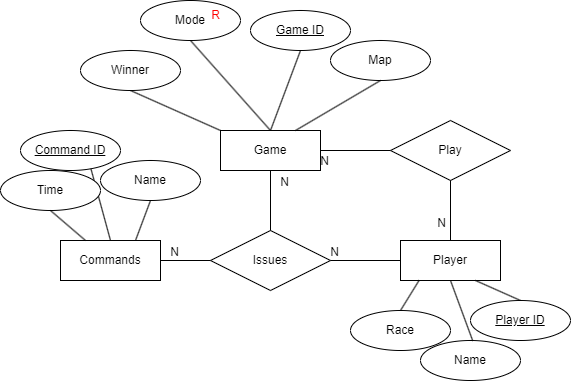
Above: documentation/Archive/determine_winrates_ER_diagram.drawio.png in StrangeCSprojects/RTSanalytics (draw.io), before the change. Source tidied: cells renumbered, new cells last; positions are measured from the earlier drawing's top-left corner, leaving out a move shared by most shapes. Source of this version:
```xml
<mxGraphModel>
  <root>
    <mxCell id="0" />
    <mxCell id="1" parent="0" />
    <mxCell id="2" style="endArrow=none;html=1;rounded=0;exitX=0.5;exitY=0;exitDx=0;exitDy=0;entryX=0.702;entryY=0.935;entryDx=0;entryDy=0;entryPerimeter=0;" parent="1" edge="1" source="18" target="3">
      <mxGeometry relative="1" as="geometry" />
    </mxCell>
    <mxCell id="3" value="Command ID" style="ellipse;whiteSpace=wrap;html=1;align=center;fontStyle=4;" parent="1" vertex="1">
      <mxGeometry x="20" y="130" width="100" height="40" as="geometry" />
    </mxCell>
    <mxCell id="4" value="Player" style="whiteSpace=wrap;html=1;align=center;" parent="1" vertex="1">
      <mxGeometry x="400" y="240" width="100" height="40" as="geometry" />
    </mxCell>
    <mxCell id="5" value="Game" style="whiteSpace=wrap;html=1;align=center;" parent="1" vertex="1">
      <mxGeometry x="220" y="130" width="100" height="40" as="geometry" />
    </mxCell>
    <mxCell id="6" value="Play" style="shape=rhombus;perimeter=rhombusPerimeter;whiteSpace=wrap;html=1;align=center;" parent="1" vertex="1">
      <mxGeometry x="390" y="120" width="120" height="60" as="geometry" />
    </mxCell>
    <mxCell id="7" style="endArrow=none;html=1;rounded=0;exitX=0.5;exitY=1;exitDx=0;exitDy=0;entryX=0.5;entryY=0;entryDx=0;entryDy=0;" parent="1" edge="1" source="6" target="4">
      <mxGeometry relative="1" as="geometry" />
    </mxCell>
    <mxCell id="8" value="N" style="edgeLabel;html=1;align=center;verticalAlign=middle;fontSize=12;" parent="7" vertex="1">
      <mxGeometry x="0.46" y="-3" relative="1" as="geometry">
        <mxPoint x="-7" y="-2" as="offset" />
      </mxGeometry>
    </mxCell>
    <mxCell id="9" style="endArrow=none;html=1;rounded=0;entryX=1;entryY=0.5;entryDx=0;entryDy=0;" parent="1" edge="1" source="6" target="5">
      <mxGeometry relative="1" as="geometry" />
    </mxCell>
    <mxCell id="10" value="N" style="html=1;whiteSpace=wrap;align=right;verticalAlign=bottom;" parent="9" vertex="1">
      <mxGeometry x="1" relative="1" as="geometry">
        <mxPoint x="10" y="19" as="offset" />
      </mxGeometry>
    </mxCell>
    <mxCell id="11" value="Issues" style="shape=rhombus;perimeter=rhombusPerimeter;whiteSpace=wrap;html=1;align=center;" parent="1" vertex="1">
      <mxGeometry x="210" y="230" width="120" height="60" as="geometry" />
    </mxCell>
    <mxCell id="12" style="endArrow=none;html=1;rounded=0;exitX=0.75;exitY=1;exitDx=0;exitDy=0;entryX=0.5;entryY=0;entryDx=0;entryDy=0;" parent="1" edge="1" source="4" target="13">
      <mxGeometry relative="1" as="geometry" />
    </mxCell>
    <mxCell id="13" value="Player ID" style="ellipse;whiteSpace=wrap;html=1;align=center;fontStyle=4;" parent="1" vertex="1">
      <mxGeometry x="470" y="300" width="100" height="40" as="geometry" />
    </mxCell>
    <mxCell id="14" value="Name" style="ellipse;whiteSpace=wrap;html=1;align=center;" parent="1" vertex="1">
      <mxGeometry x="420" y="340" width="100" height="40" as="geometry" />
    </mxCell>
    <mxCell id="15" style="endArrow=none;html=1;rounded=0;exitX=0.5;exitY=1;exitDx=0;exitDy=0;entryX=0.523;entryY=0.012;entryDx=0;entryDy=0;entryPerimeter=0;" parent="1" edge="1" source="4" target="14">
      <mxGeometry relative="1" as="geometry" />
    </mxCell>
    <mxCell id="16" value="Race" style="ellipse;whiteSpace=wrap;html=1;align=center;" parent="1" vertex="1">
      <mxGeometry x="350" y="310" width="100" height="40" as="geometry" />
    </mxCell>
    <mxCell id="17" style="endArrow=none;html=1;rounded=0;exitX=0.186;exitY=0.997;exitDx=0;exitDy=0;entryX=0.5;entryY=0;entryDx=0;entryDy=0;exitPerimeter=0;" parent="1" edge="1" source="4" target="16">
      <mxGeometry relative="1" as="geometry" />
    </mxCell>
    <mxCell id="18" value="Commands" style="whiteSpace=wrap;html=1;align=center;" parent="1" vertex="1">
      <mxGeometry x="60" y="240" width="100" height="40" as="geometry" />
    </mxCell>
    <mxCell id="19" value="Map" style="ellipse;whiteSpace=wrap;html=1;align=center;" parent="1" vertex="1">
      <mxGeometry x="330" y="40" width="100" height="40" as="geometry" />
    </mxCell>
    <mxCell id="20" style="endArrow=none;html=1;rounded=0;exitX=0.75;exitY=0;exitDx=0;exitDy=0;entryX=0.5;entryY=1;entryDx=0;entryDy=0;" parent="1" edge="1" source="5" target="19">
      <mxGeometry relative="1" as="geometry" />
    </mxCell>
    <mxCell id="21" value="&lt;u&gt;Game ID&lt;/u&gt;" style="ellipse;whiteSpace=wrap;html=1;align=center;" parent="1" vertex="1">
      <mxGeometry x="250" y="10" width="100" height="40" as="geometry" />
    </mxCell>
    <mxCell id="22" style="endArrow=none;html=1;rounded=0;exitX=0.5;exitY=0;exitDx=0;exitDy=0;entryX=0.5;entryY=1;entryDx=0;entryDy=0;" parent="1" edge="1" source="5" target="21">
      <mxGeometry relative="1" as="geometry" />
    </mxCell>
    <mxCell id="23" style="endArrow=none;html=1;rounded=0;entryX=0.5;entryY=1;entryDx=0;entryDy=0;exitX=0;exitY=0;exitDx=0;exitDy=0;" parent="1" edge="1" source="5" target="24">
      <mxGeometry relative="1" as="geometry" />
    </mxCell>
    <mxCell id="24" value="Winner" style="ellipse;whiteSpace=wrap;html=1;align=center;" parent="1" vertex="1">
      <mxGeometry x="80" y="50" width="100" height="40" as="geometry" />
    </mxCell>
    <mxCell id="25" value="Mode" style="ellipse;whiteSpace=wrap;html=1;align=center;" parent="1" vertex="1">
      <mxGeometry x="140" width="100" height="40" as="geometry" />
    </mxCell>
    <mxCell id="26" style="endArrow=none;html=1;rounded=0;exitX=0.5;exitY=1;exitDx=0;exitDy=0;entryX=0.5;entryY=0;entryDx=0;entryDy=0;" parent="1" edge="1" source="25" target="5">
      <mxGeometry relative="1" as="geometry" />
    </mxCell>
    <mxCell id="27" value="&lt;font color=&quot;#ff0000&quot;&gt;R&lt;/font&gt;" style="text;html=1;align=center;verticalAlign=middle;strokeColor=none;fillColor=none;" parent="1" vertex="1">
      <mxGeometry x="200" width="30" height="30" as="geometry" />
    </mxCell>
    <mxCell id="28" style="endArrow=none;html=1;rounded=0;entryX=1;entryY=0.5;entryDx=0;entryDy=0;exitX=0;exitY=0.5;exitDx=0;exitDy=0;" parent="1" edge="1" source="4" target="11">
      <mxGeometry relative="1" as="geometry" />
    </mxCell>
    <mxCell id="29" value="N" style="html=1;whiteSpace=wrap;align=right;verticalAlign=bottom;" parent="28" vertex="1">
      <mxGeometry x="1" relative="1" as="geometry">
        <mxPoint x="10" as="offset" />
      </mxGeometry>
    </mxCell>
    <mxCell id="30" style="endArrow=none;html=1;rounded=0;entryX=1;entryY=0.5;entryDx=0;entryDy=0;exitX=0;exitY=0.5;exitDx=0;exitDy=0;" parent="1" edge="1" source="11" target="18">
      <mxGeometry relative="1" as="geometry" />
    </mxCell>
    <mxCell id="31" value="N" style="html=1;whiteSpace=wrap;align=right;verticalAlign=bottom;" parent="30" vertex="1">
      <mxGeometry x="1" relative="1" as="geometry">
        <mxPoint x="20" as="offset" />
      </mxGeometry>
    </mxCell>
    <mxCell id="32" value="Time" style="ellipse;whiteSpace=wrap;html=1;align=center;" parent="1" vertex="1">
      <mxGeometry y="170" width="100" height="40" as="geometry" />
    </mxCell>
    <mxCell id="33" style="endArrow=none;html=1;rounded=0;exitX=0.5;exitY=1;exitDx=0;exitDy=0;entryX=0.25;entryY=0;entryDx=0;entryDy=0;" parent="1" edge="1" source="32" target="18">
      <mxGeometry relative="1" as="geometry" />
    </mxCell>
    <mxCell id="34" value="Name" style="ellipse;whiteSpace=wrap;html=1;align=center;" parent="1" vertex="1">
      <mxGeometry x="100" y="160" width="100" height="40" as="geometry" />
    </mxCell>
    <mxCell id="35" style="endArrow=none;html=1;rounded=0;exitX=0.75;exitY=0;exitDx=0;exitDy=0;entryX=0.5;entryY=1;entryDx=0;entryDy=0;" parent="1" edge="1" source="18" target="34">
      <mxGeometry relative="1" as="geometry" />
    </mxCell>
    <mxCell id="36" style="endArrow=none;html=1;rounded=0;entryX=0.5;entryY=1;entryDx=0;entryDy=0;exitX=0.5;exitY=0;exitDx=0;exitDy=0;" parent="1" edge="1" source="11" target="5">
      <mxGeometry relative="1" as="geometry" />
    </mxCell>
    <mxCell id="37" value="N" style="html=1;whiteSpace=wrap;align=right;verticalAlign=bottom;" parent="36" vertex="1">
      <mxGeometry x="1" relative="1" as="geometry">
        <mxPoint x="20" y="20" as="offset" />
      </mxGeometry>
    </mxCell>
    <mxCell id="38" style="html=1;whiteSpace=wrap;align=right;verticalAlign=bottom;" parent="1" vertex="1">
      <mxGeometry x="290" y="210" as="geometry">
        <mxPoint x="-2" y="26" as="offset" />
      </mxGeometry>
    </mxCell>
  </root>
</mxGraphModel>
```
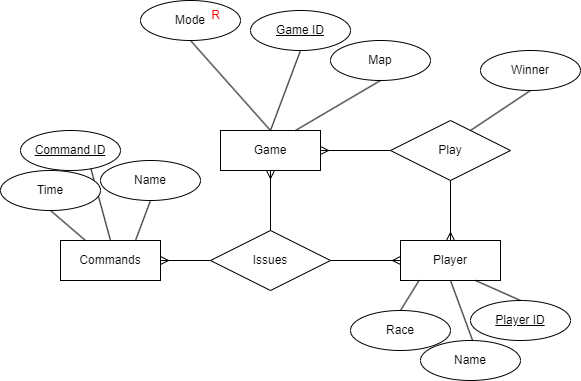
The same diagram one commit later.

What changed in the source:
```diff
@@ -17,22 +17,12 @@
     <mxCell id="6" value="Play" style="shape=rhombus;perimeter=rhombusPerimeter;whiteSpace=wrap;html=1;align=center;" parent="1" vertex="1">
       <mxGeometry x="390" y="120" width="120" height="60" as="geometry" />
     </mxCell>
-    <mxCell id="7" style="endArrow=none;html=1;rounded=0;exitX=0.5;exitY=1;exitDx=0;exitDy=0;entryX=0.5;entryY=0;entryDx=0;entryDy=0;" parent="1" edge="1" source="6" target="4">
+    <mxCell id="7" style="endArrow=ERmany;html=1;rounded=0;exitX=0.5;exitY=1;exitDx=0;exitDy=0;entryX=0.5;entryY=0;entryDx=0;entryDy=0;endFill=0;" parent="1" edge="1" source="6" target="4">
       <mxGeometry relative="1" as="geometry" />
     </mxCell>
-    <mxCell id="8" value="N" style="edgeLabel;html=1;align=center;verticalAlign=middle;fontSize=12;" parent="7" vertex="1">
-      <mxGeometry x="0.46" y="-3" relative="1" as="geometry">
-        <mxPoint x="-7" y="-2" as="offset" />
-      </mxGeometry>
-    </mxCell>
-    <mxCell id="9" style="endArrow=none;html=1;rounded=0;entryX=1;entryY=0.5;entryDx=0;entryDy=0;" parent="1" edge="1" source="6" target="5">
+    <mxCell id="9" style="endArrow=ERmany;html=1;rounded=0;entryX=1;entryY=0.5;entryDx=0;entryDy=0;endFill=0;" parent="1" edge="1" source="6" target="5">
       <mxGeometry relative="1" as="geometry" />
     </mxCell>
-    <mxCell id="10" value="N" style="html=1;whiteSpace=wrap;align=right;verticalAlign=bottom;" parent="9" vertex="1">
-      <mxGeometry x="1" relative="1" as="geometry">
-        <mxPoint x="10" y="19" as="offset" />
-      </mxGeometry>
-    </mxCell>
     <mxCell id="11" value="Issues" style="shape=rhombus;perimeter=rhombusPerimeter;whiteSpace=wrap;html=1;align=center;" parent="1" vertex="1">
       <mxGeometry x="210" y="230" width="120" height="60" as="geometry" />
     </mxCell>
@@ -69,11 +59,8 @@
     <mxCell id="22" style="endArrow=none;html=1;rounded=0;exitX=0.5;exitY=0;exitDx=0;exitDy=0;entryX=0.5;entryY=1;entryDx=0;entryDy=0;" parent="1" edge="1" source="5" target="21">
       <mxGeometry relative="1" as="geometry" />
     </mxCell>
-    <mxCell id="23" style="endArrow=none;html=1;rounded=0;entryX=0.5;entryY=1;entryDx=0;entryDy=0;exitX=0;exitY=0;exitDx=0;exitDy=0;" parent="1" edge="1" source="5" target="24">
-      <mxGeometry relative="1" as="geometry" />
-    </mxCell>
     <mxCell id="24" value="Winner" style="ellipse;whiteSpace=wrap;html=1;align=center;" parent="1" vertex="1">
-      <mxGeometry x="80" y="50" width="100" height="40" as="geometry" />
+      <mxGeometry x="480" y="50" width="100" height="40" as="geometry" />
     </mxCell>
     <mxCell id="25" value="Mode" style="ellipse;whiteSpace=wrap;html=1;align=center;" parent="1" vertex="1">
       <mxGeometry x="140" width="100" height="40" as="geometry" />
@@ -84,22 +71,12 @@
     <mxCell id="27" value="&lt;font color=&quot;#ff0000&quot;&gt;R&lt;/font&gt;" style="text;html=1;align=center;verticalAlign=middle;strokeColor=none;fillColor=none;" parent="1" vertex="1">
       <mxGeometry x="200" width="30" height="30" as="geometry" />
     </mxCell>
-    <mxCell id="28" style="endArrow=none;html=1;rounded=0;entryX=1;entryY=0.5;entryDx=0;entryDy=0;exitX=0;exitY=0.5;exitDx=0;exitDy=0;" parent="1" edge="1" source="4" target="11">
+    <mxCell id="28" style="endArrow=none;html=1;rounded=0;entryX=1;entryY=0.5;entryDx=0;entryDy=0;exitX=0;exitY=0.5;exitDx=0;exitDy=0;endFill=0;startArrow=ERmany;startFill=0;" parent="1" edge="1" source="4" target="11">
       <mxGeometry relative="1" as="geometry" />
     </mxCell>
-    <mxCell id="29" value="N" style="html=1;whiteSpace=wrap;align=right;verticalAlign=bottom;" parent="28" vertex="1">
-      <mxGeometry x="1" relative="1" as="geometry">
-        <mxPoint x="10" as="offset" />
-      </mxGeometry>
-    </mxCell>
-    <mxCell id="30" style="endArrow=none;html=1;rounded=0;entryX=1;entryY=0.5;entryDx=0;entryDy=0;exitX=0;exitY=0.5;exitDx=0;exitDy=0;" parent="1" edge="1" source="11" target="18">
+    <mxCell id="30" style="endArrow=ERmany;html=1;rounded=0;entryX=1;entryY=0.5;entryDx=0;entryDy=0;exitX=0;exitY=0.5;exitDx=0;exitDy=0;endFill=0;" parent="1" edge="1" source="11" target="18">
       <mxGeometry relative="1" as="geometry" />
     </mxCell>
-    <mxCell id="31" value="N" style="html=1;whiteSpace=wrap;align=right;verticalAlign=bottom;" parent="30" vertex="1">
-      <mxGeometry x="1" relative="1" as="geometry">
-        <mxPoint x="20" as="offset" />
-      </mxGeometry>
-    </mxCell>
     <mxCell id="32" value="Time" style="ellipse;whiteSpace=wrap;html=1;align=center;" parent="1" vertex="1">
       <mxGeometry y="170" width="100" height="40" as="geometry" />
     </mxCell>
@@ -112,18 +89,18 @@
     <mxCell id="35" style="endArrow=none;html=1;rounded=0;exitX=0.75;exitY=0;exitDx=0;exitDy=0;entryX=0.5;entryY=1;entryDx=0;entryDy=0;" parent="1" edge="1" source="18" target="34">
       <mxGeometry relative="1" as="geometry" />
     </mxCell>
-    <mxCell id="36" style="endArrow=none;html=1;rounded=0;entryX=0.5;entryY=1;entryDx=0;entryDy=0;exitX=0.5;exitY=0;exitDx=0;exitDy=0;" parent="1" edge="1" source="11" target="5">
+    <mxCell id="36" style="endArrow=ERmany;html=1;rounded=0;entryX=0.5;entryY=1;entryDx=0;entryDy=0;exitX=0.5;exitY=0;exitDx=0;exitDy=0;endFill=0;" parent="1" edge="1" source="11" target="5">
       <mxGeometry relative="1" as="geometry" />
     </mxCell>
-    <mxCell id="37" value="N" style="html=1;whiteSpace=wrap;align=right;verticalAlign=bottom;" parent="36" vertex="1">
-      <mxGeometry x="1" relative="1" as="geometry">
-        <mxPoint x="20" y="20" as="offset" />
-      </mxGeometry>
-    </mxCell>
     <mxCell id="38" style="html=1;whiteSpace=wrap;align=right;verticalAlign=bottom;" parent="1" vertex="1">
       <mxGeometry x="290" y="210" as="geometry">
         <mxPoint x="-2" y="26" as="offset" />
       </mxGeometry>
     </mxCell>
+    <mxCell id="39" style="endArrow=none;html=1;rounded=0;exitX=0.75;exitY=0;exitDx=0;exitDy=0;entryX=0.5;entryY=1;entryDx=0;entryDy=0;" parent="1" edge="1" target="24">
+      <mxGeometry relative="1" as="geometry">
+        <mxPoint x="470" y="130" as="sourcePoint" />
+      </mxGeometry>
+    </mxCell>
   </root>
 </mxGraphModel>
```
